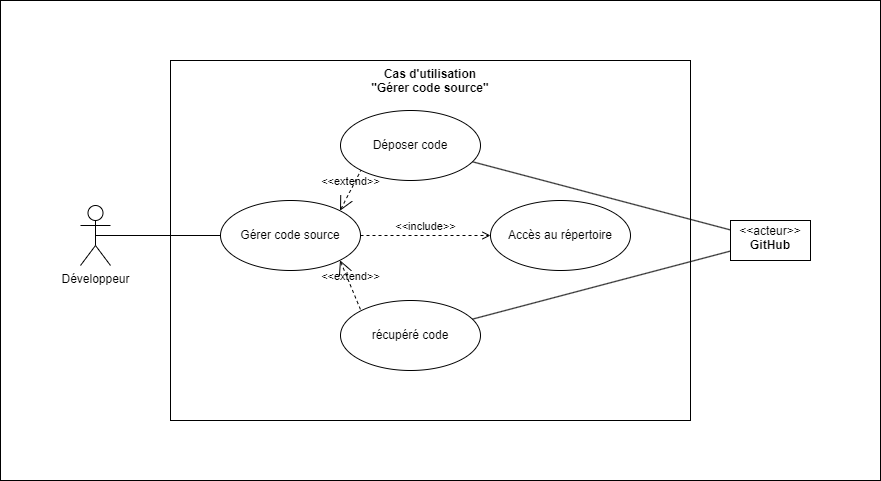
rayenbch/rapport keeps this draw.io diagram as usecase1.drawio.png. Above is the earlier version. Source tidied: cells renumbered, new cells last; positions are measured from the earlier drawing's top-left corner, leaving out a move shared by most shapes. Its diagram source:
```xml
<mxGraphModel>
  <root>
    <mxCell id="0" />
    <mxCell id="1" parent="0" />
    <mxCell id="2" value="Cas d'utilisation&lt;br&gt;&quot;Gérer code source&quot;" style="shape=rect;html=1;verticalAlign=top;fontStyle=1;whiteSpace=wrap;align=center;fillColor=none;" parent="1" vertex="1">
      <mxGeometry x="170" y="60" width="520" height="360" as="geometry" />
    </mxCell>
    <mxCell id="3" value="Développeur" style="shape=umlActor;verticalLabelPosition=bottom;verticalAlign=top;html=1;outlineConnect=0;" parent="1" vertex="1">
      <mxGeometry x="80" y="205" width="30" height="60" as="geometry" />
    </mxCell>
    <mxCell id="4" style="endArrow=none;html=1;rounded=0;exitX=0.5;exitY=0.5;exitDx=0;exitDy=0;exitPerimeter=0;" parent="1" edge="1" source="3" target="7">
      <mxGeometry relative="1" as="geometry" />
    </mxCell>
    <mxCell id="5" value="récupéré code" style="ellipse;whiteSpace=wrap;html=1;" parent="1" vertex="1">
      <mxGeometry x="340" y="300" width="140" height="70" as="geometry" />
    </mxCell>
    <mxCell id="6" value="Déposer code" style="ellipse;whiteSpace=wrap;html=1;" parent="1" vertex="1">
      <mxGeometry x="340" y="110" width="140" height="70" as="geometry" />
    </mxCell>
    <mxCell id="7" value="Gérer code source" style="ellipse;whiteSpace=wrap;html=1;" parent="1" vertex="1">
      <mxGeometry x="220" y="200" width="140" height="70" as="geometry" />
    </mxCell>
    <mxCell id="8" value="&lt;p style=&quot;margin:0px;margin-top:4px;text-align:center;&quot;&gt;&amp;lt;&amp;lt;acteur&amp;gt;&amp;gt;&lt;br&gt;&lt;b&gt;GitHub&lt;/b&gt;&lt;/p&gt;" style="shape=rect;html=1;overflow=fill;html=1;whiteSpace=wrap;align=center;" parent="1" vertex="1">
      <mxGeometry x="730" y="220" width="80" height="40" as="geometry" />
    </mxCell>
    <mxCell id="9" style="edgeStyle=none;html=1;endArrow=none;verticalAlign=bottom;rounded=0;" parent="1" edge="1" source="6" target="8">
      <mxGeometry relative="1" as="geometry" />
    </mxCell>
    <mxCell id="10" style="edgeStyle=none;html=1;endArrow=none;verticalAlign=bottom;rounded=0;" parent="1" edge="1" source="8" target="5">
      <mxGeometry relative="1" as="geometry" />
    </mxCell>
    <mxCell id="11" value="Accès au répertoire" style="ellipse;whiteSpace=wrap;html=1;" parent="1" vertex="1">
      <mxGeometry x="490" y="200" width="140" height="70" as="geometry" />
    </mxCell>
    <mxCell id="12" value="&amp;lt;&amp;lt;extend&amp;gt;&amp;gt;" style="edgeStyle=none;html=1;startArrow=open;endArrow=none;startSize=12;verticalAlign=bottom;dashed=1;labelBackgroundColor=none;rounded=0;exitX=1;exitY=0;exitDx=0;exitDy=0;entryX=0;entryY=1;entryDx=0;entryDy=0;" parent="1" edge="1" source="7" target="6">
      <mxGeometry relative="1" as="geometry" />
    </mxCell>
    <mxCell id="13" value="&amp;lt;&amp;lt;include&amp;gt;&amp;gt;" style="edgeStyle=none;html=1;endArrow=open;verticalAlign=bottom;dashed=1;labelBackgroundColor=none;rounded=0;exitX=1;exitY=0.5;exitDx=0;exitDy=0;entryX=0;entryY=0.5;entryDx=0;entryDy=0;" parent="1" edge="1" source="7" target="11">
      <mxGeometry relative="1" as="geometry" />
    </mxCell>
    <mxCell id="14" value="&amp;lt;&amp;lt;extend&amp;gt;&amp;gt;" style="edgeStyle=none;html=1;startArrow=open;endArrow=none;startSize=12;verticalAlign=bottom;dashed=1;labelBackgroundColor=none;rounded=0;entryX=0;entryY=0;entryDx=0;entryDy=0;exitX=1;exitY=1;exitDx=0;exitDy=0;" parent="1" edge="1" source="7" target="5">
      <mxGeometry relative="1" as="geometry" />
    </mxCell>
    <mxCell id="15" style="rounded=0;whiteSpace=wrap;html=1;fillColor=none;" parent="1" vertex="1">
      <mxGeometry width="880" height="480" as="geometry" />
    </mxCell>
  </root>
</mxGraphModel>
```
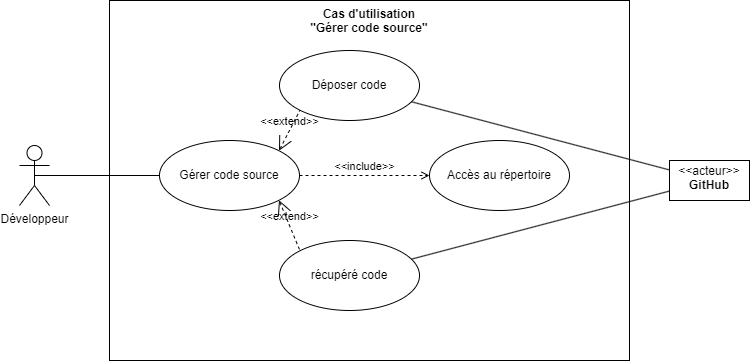
Later version of the same file.

Diff of the diagram source:
```diff
@@ -41,8 +41,5 @@
     <mxCell id="14" value="&amp;lt;&amp;lt;extend&amp;gt;&amp;gt;" style="edgeStyle=none;html=1;startArrow=open;endArrow=none;startSize=12;verticalAlign=bottom;dashed=1;labelBackgroundColor=none;rounded=0;entryX=0;entryY=0;entryDx=0;entryDy=0;exitX=1;exitY=1;exitDx=0;exitDy=0;" parent="1" edge="1" source="7" target="5">
       <mxGeometry relative="1" as="geometry" />
     </mxCell>
-    <mxCell id="15" style="rounded=0;whiteSpace=wrap;html=1;fillColor=none;" parent="1" vertex="1">
-      <mxGeometry width="880" height="480" as="geometry" />
-    </mxCell>
   </root>
 </mxGraphModel>
```
